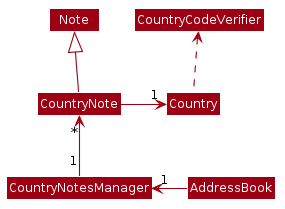
Above: docs/images/CountryClass.png in tankangliang/tp (PlantUML), before the change.
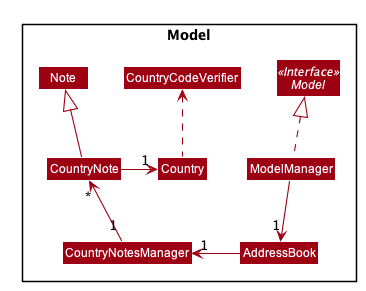
The same file after the commit.

Commit message:
Update country note model

The edit, as a diff of the source:
```diff
@@ -51,17 +51,23 @@
 skinparam arrowColor #9D0012
 skinparam classBackgroundColor #9D0012
 
+package Model {
 Class Country
 Class CountryNotesManager
 Class CountryCodeVerifier
 Class Note
 Class CountryNote
 Class AddressBook
+Interface Model <<Interface>>
+Class ModelManager
+}
 
 CountryNote -up-|> Note
 CountryNote -r-> "1" Country
 CountryNotesManager "1" -up-> "*" CountryNote
 Country .up.> CountryCodeVerifier
 AddressBook -left-> "1" CountryNotesManager
+ModelManager .up.|> Model
+ModelManager -down-> "1" AddressBook
 
 @enduml
```
